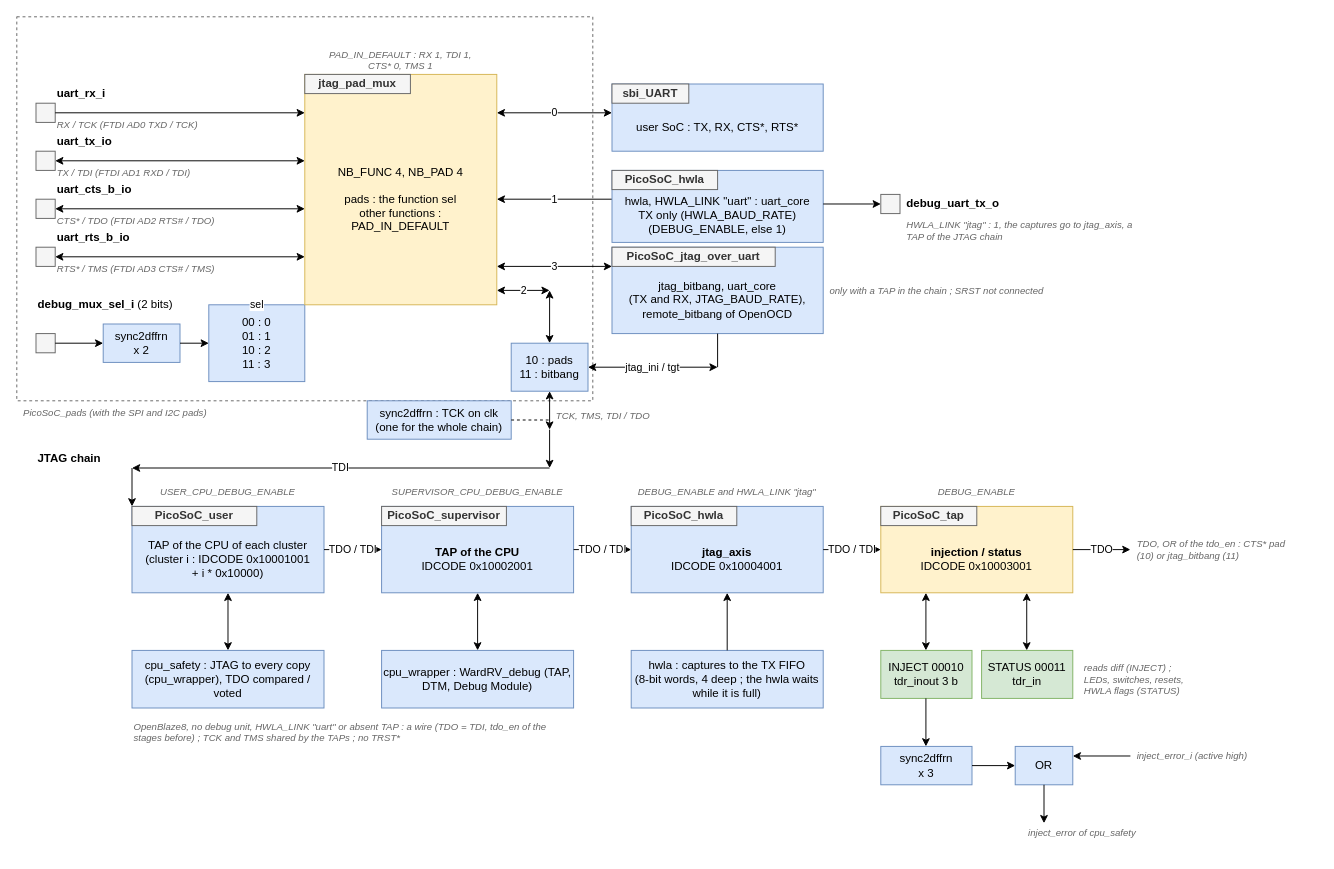
Earlier version of the draw.io diagram page "jtag" (4 of 4) of doc/picosoc.drawio (deuskane/asylum-soc-picosoc). Source tidied: cells renumbered, new cells numbered last; positions are measured from the earlier drawing's top-left corner, leaving out a move shared by most shapes. Both pictures are drawn from the tidied source at 96%, with x=0, y=0 at pixel (16, 16).
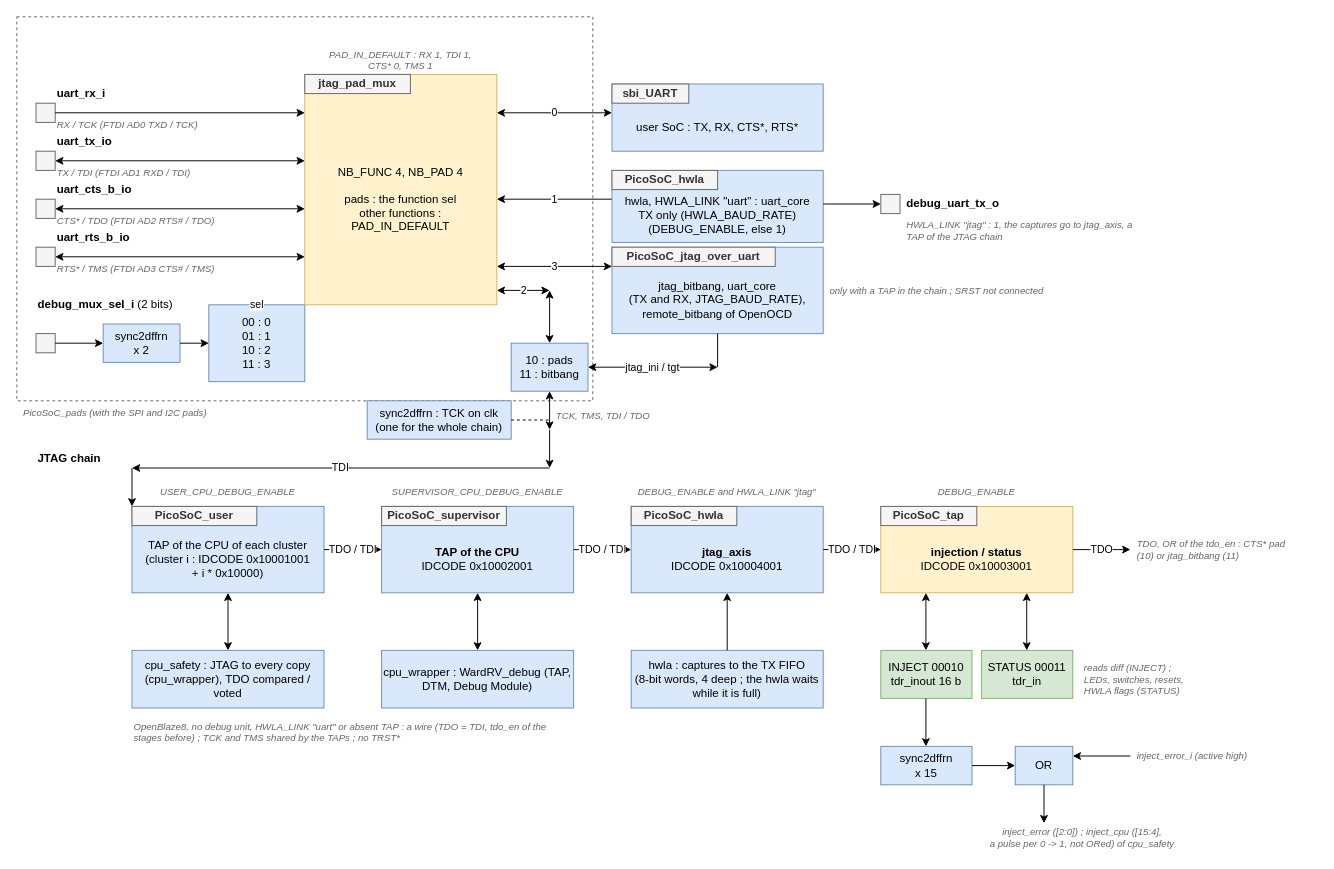
The same diagram, later.

The edit, as a diff of the source:
```diff
@@
-    <mxCell id="82" value="INJECT 00010&lt;br&gt;tdr_inout 3 b" style="rounded=0;whiteSpace=wrap;html=1;fillColor=#d5e8d4;strokeColor=#82b366;" parent="1" vertex="1">
+    <mxCell id="82" value="INJECT 00010&lt;br&gt;tdr_inout 16 b" style="rounded=0;whiteSpace=wrap;html=1;fillColor=#d5e8d4;strokeColor=#82b366;" parent="1" vertex="1">
       <mxGeometry x="900" y="660" width="95" height="50" as="geometry" />
     </mxCell>
@@
-    <mxCell id="87" value="sync2dffrn&lt;br&gt;x 3" style="rounded=0;whiteSpace=wrap;html=1;fillColor=#dae8fc;strokeColor=#6c8ebf;" parent="1" vertex="1">
+    <mxCell id="87" value="sync2dffrn&lt;br&gt;x 15" style="rounded=0;whiteSpace=wrap;html=1;fillColor=#dae8fc;strokeColor=#6c8ebf;" parent="1" vertex="1">
       <mxGeometry x="900" y="760" width="95" height="40" as="geometry" />
     </mxCell>
@@
-    <mxCell id="93" value="inject_error of cpu_safety" style="text;html=1;whiteSpace=wrap;strokeColor=none;fillColor=none;verticalAlign=middle;rounded=0;fontSize=10;fontColor=#666666;fontStyle=2;align=center;" parent="1" vertex="1">
-      <mxGeometry x="1000" y="840" width="220" height="20" as="geometry" />
+    <mxCell id="93" value="inject_error ([2:0]) ; inject_cpu ([15:4],&lt;br&gt;a pulse per 0 -&amp;gt; 1, not ORed) of cpu_safety" style="text;html=1;whiteSpace=wrap;strokeColor=none;fillColor=none;verticalAlign=middle;rounded=0;fontSize=10;fontColor=#666666;fontStyle=2;align=center;" parent="1" vertex="1">
+      <mxGeometry x="1000" y="840" width="220" height="30" as="geometry" />
     </mxCell>
```
